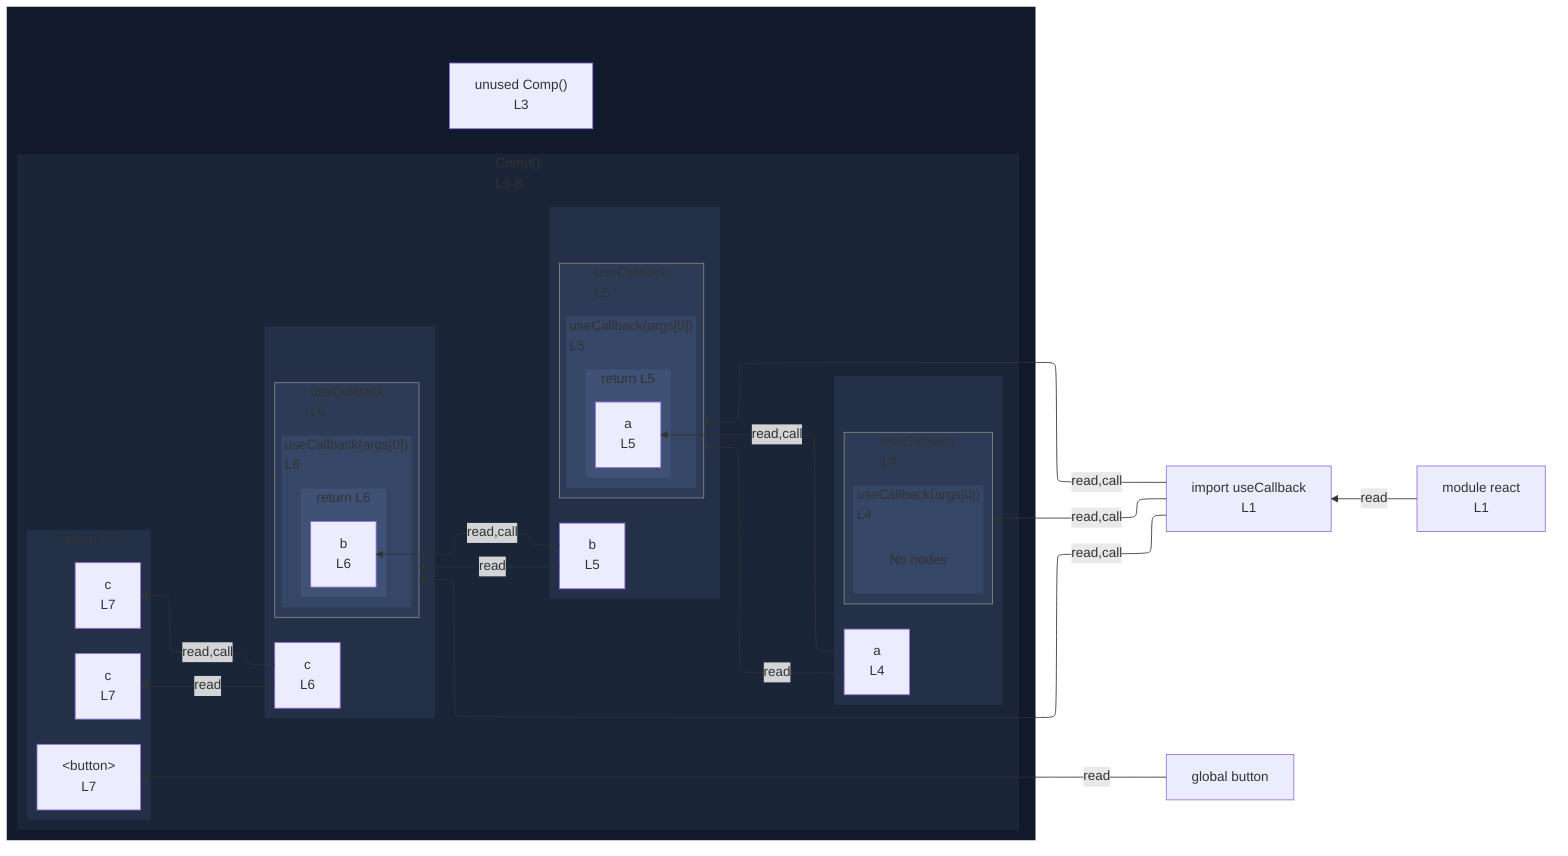
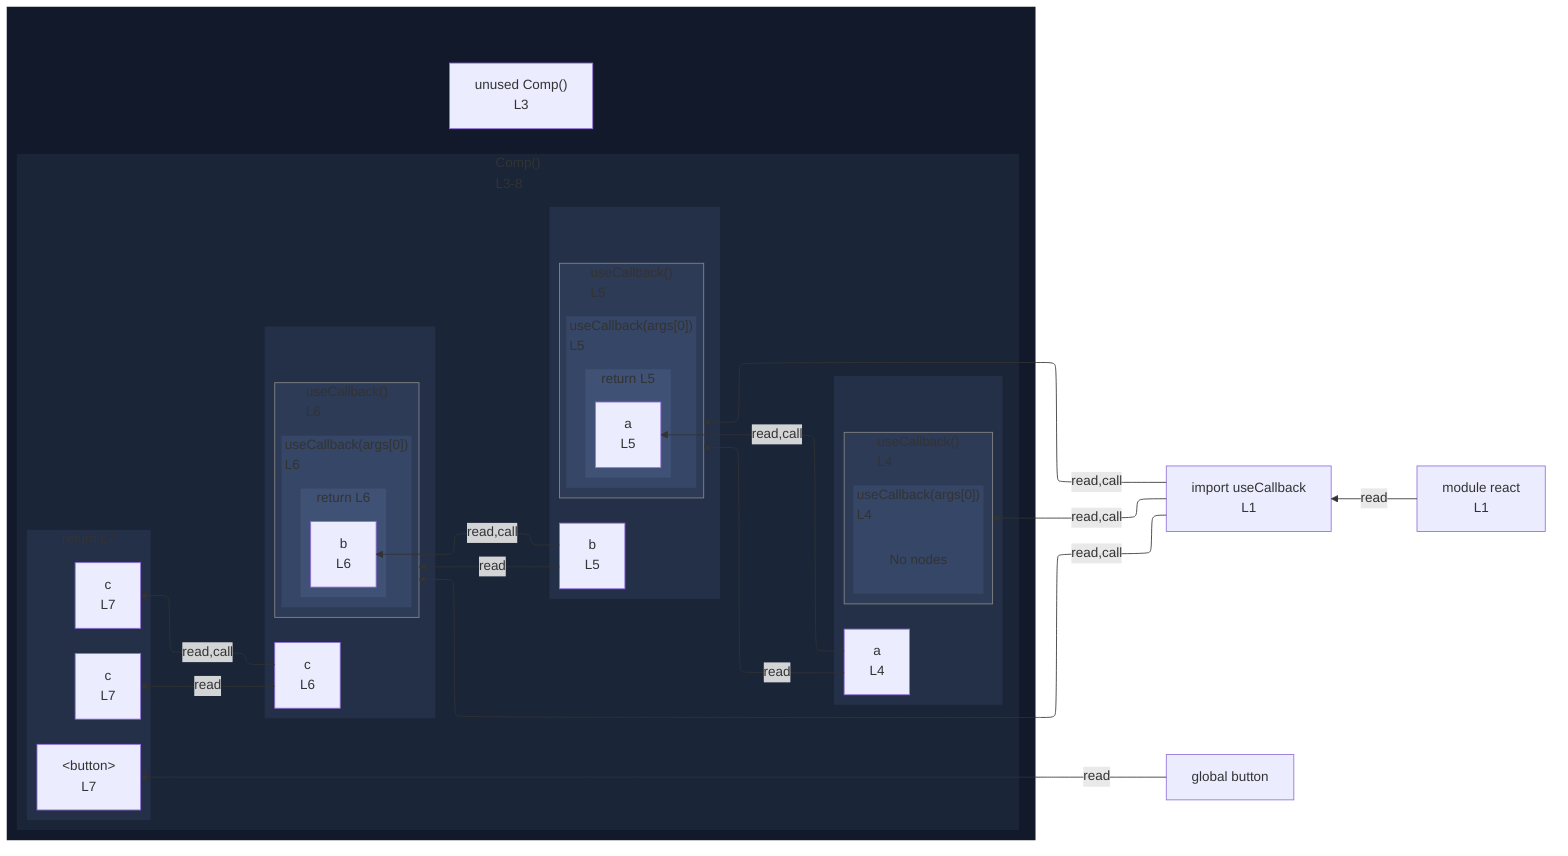
%%{init: {"flowchart": {"defaultRenderer": "elk"}}}%%
flowchart RL
  n_scope_0_useCallback_9["import useCallback<br/>L1"]
  n_scope_0_button_197["global button"]
  subgraph wrap_s_scope_1[" "]
    direction TB
    n_scope_0_Comp_44["unused Comp()<br/>L3"]
    subgraph s_scope_1["Comp()<br/>L3-8"]
      direction RL
-       subgraph wrap_call_proxy_ref_2[" "]
+       subgraph wrap_call_proxy_71[" "]
        direction TB
        n_scope_1_a_67["a<br/>L4"]
-         subgraph call_proxy_ref_2["useCallback<br/>L4"]
+         subgraph call_proxy_71["useCallback()<br/>L4"]
          direction RL
          subgraph s_scope_2["useCallback(args[0])<br/>L4"]
            direction RL
            elk_empty_s_scope_2["No nodes"]
          end
        end
      end
-       subgraph wrap_call_proxy_ref_4[" "]
+       subgraph wrap_call_proxy_109[" "]
        direction TB
        n_scope_1_b_105["b<br/>L5"]
-         subgraph call_proxy_ref_4["useCallback<br/>L5"]
+         subgraph call_proxy_109["useCallback()<br/>L5"]
          direction RL
          subgraph s_scope_3["useCallback(args[0])<br/>L5"]
            direction RL
            subgraph s_return_scope_0_Comp_44_127_134["return L5"]
              direction RL
              ret_use_ref_5["a<br/>L5"]
            end
          end
        end
      end
-       subgraph wrap_call_proxy_ref_8[" "]
+       subgraph wrap_call_proxy_154[" "]
        direction TB
        n_scope_1_c_150["c<br/>L6"]
-         subgraph call_proxy_ref_8["useCallback<br/>L6"]
+         subgraph call_proxy_154["useCallback()<br/>L6"]
          direction RL
          subgraph s_scope_4["useCallback(args[0])<br/>L6"]
            direction RL
            subgraph s_return_scope_0_Comp_44_172_179["return L6"]
              direction RL
              ret_use_ref_9["b<br/>L6"]
            end
          end
        end
      end
      subgraph s_return_scope_0_Comp_44_189_231["return L7"]
        direction RL
        ret_use_ref_11["&lt;button&gt;<br/>L7"]
        ret_use_ref_12["c<br/>L7"]
        ret_use_ref_13["c<br/>L7"]
      end
    end
  end
-   n_scope_0_useCallback_9 -->|read,call| call_proxy_ref_2
-   n_scope_0_useCallback_9 -->|read,call| call_proxy_ref_4
+   n_scope_0_useCallback_9 -->|read,call| call_proxy_71
+   n_scope_0_useCallback_9 -->|read,call| call_proxy_109
  n_scope_1_a_67 -->|read,call| ret_use_ref_5
-   n_scope_1_a_67 -->|read| call_proxy_ref_4
-   n_scope_0_useCallback_9 -->|read,call| call_proxy_ref_8
+   n_scope_1_a_67 -->|read| call_proxy_109
+   n_scope_0_useCallback_9 -->|read,call| call_proxy_154
  n_scope_1_b_105 -->|read,call| ret_use_ref_9
-   n_scope_1_b_105 -->|read| call_proxy_ref_8
+   n_scope_1_b_105 -->|read| call_proxy_154
  n_scope_0_button_197 -->|read| ret_use_ref_11
  n_scope_1_c_150 -->|read| ret_use_ref_12
  n_scope_1_c_150 -->|read,call| ret_use_ref_13
  mod_react["module react<br/>L1"]
  mod_react -->|read| n_scope_0_useCallback_9
  classDef nestL1 fill:#11192a,stroke:transparent;
  class wrap_s_scope_1 nestL1;
  classDef nestL2 fill:#1a2538,stroke:transparent;
  class s_scope_1 nestL2;
  classDef nestL3 fill:#243047,stroke:transparent;
-   class wrap_call_proxy_ref_2 nestL3;
-   class wrap_call_proxy_ref_4 nestL3;
-   class wrap_call_proxy_ref_8 nestL3;
+   class wrap_call_proxy_71 nestL3;
+   class wrap_call_proxy_109 nestL3;
+   class wrap_call_proxy_154 nestL3;
  class s_return_scope_0_Comp_44_189_231 nestL3;
  classDef nestL4 fill:#2d3b57,stroke:transparent;
-   class call_proxy_ref_2 nestL4;
-   class call_proxy_ref_4 nestL4;
-   class call_proxy_ref_8 nestL4;
+   class call_proxy_71 nestL4;
+   class call_proxy_109 nestL4;
+   class call_proxy_154 nestL4;
  classDef nestL5 fill:#364666,stroke:transparent;
  class s_scope_2 nestL5;
  class s_scope_3 nestL5;
  class s_scope_4 nestL5;
  classDef nestL6 fill:#3f5175,stroke:transparent;
  class s_return_scope_0_Comp_44_127_134 nestL6;
  class s_return_scope_0_Comp_44_172_179 nestL6;
  classDef edgeTargetSubgraph stroke:#888;
-   class call_proxy_ref_2 edgeTargetSubgraph;
-   class call_proxy_ref_4 edgeTargetSubgraph;
-   class call_proxy_ref_8 edgeTargetSubgraph;
+   class call_proxy_71 edgeTargetSubgraph;
+   class call_proxy_109 edgeTargetSubgraph;
+   class call_proxy_154 edgeTargetSubgraph;
  classDef elkEmptyPlaceholder fill:transparent,stroke:transparent;
  class elk_empty_s_scope_2 elkEmptyPlaceholder;
